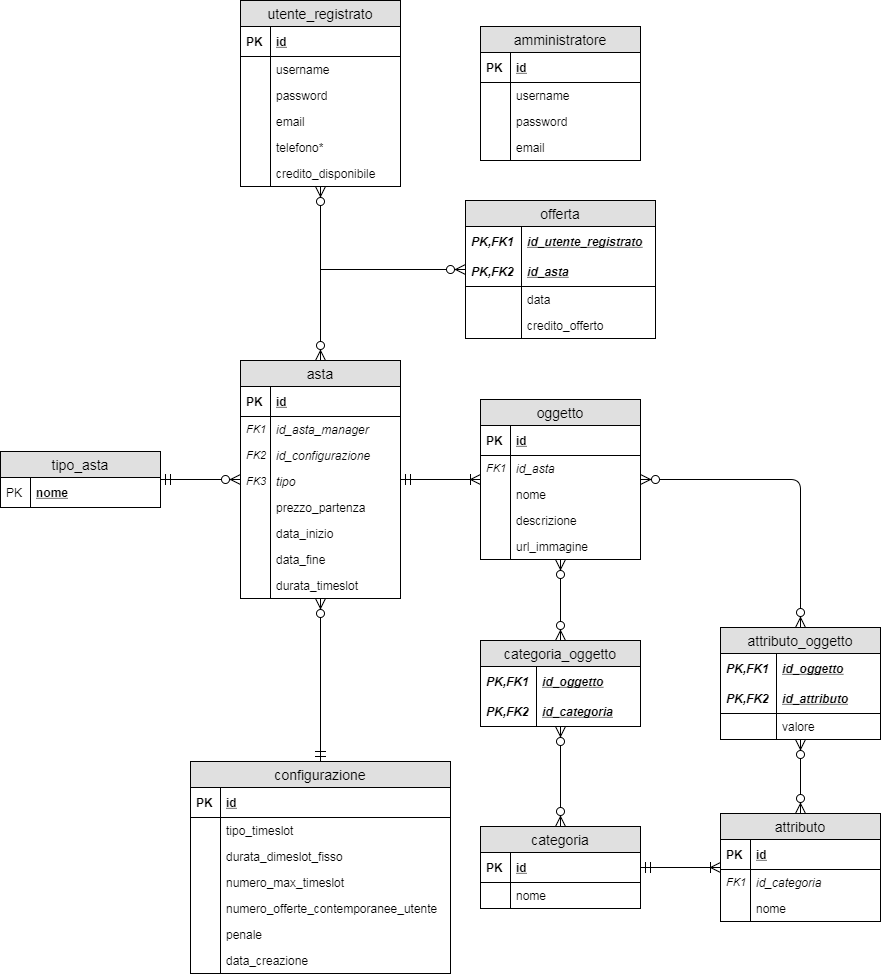
This is Documentazione/Progettazione/Database/Progettazione logica/Relational Model Diagram.png from UnimibSoftEngCourse1920/progetto-aste-2-gruppo-aste-2, a draw.io export, as it was before one commit. Source tidied: cells renumbered, new cells last; positions are measured from the earlier drawing's top-left corner, leaving out a move shared by most shapes.
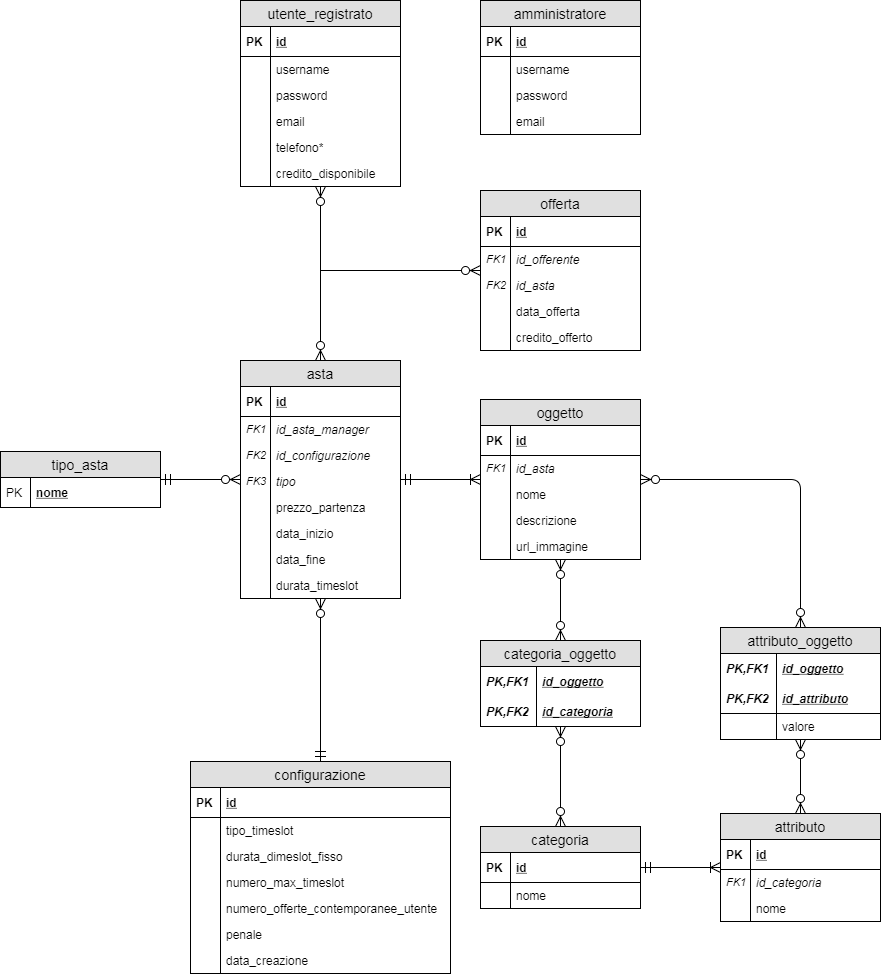
Later version of the same file.

Diff of the diagram source:
```diff
@@ -42,7 +42,7 @@
       <mxGeometry width="30" height="26" as="geometry" />
     </mxCell>
     <mxCell id="15" value="amministratore" style="swimlane;fontStyle=0;horizontal=1;startSize=26;fillColor=#e0e0e0;swimlaneFillColor=#ffffff;align=center;fontSize=14;" parent="1" vertex="1">
-      <mxGeometry x="480" y="26" width="160" height="134" as="geometry" />
+      <mxGeometry x="480" width="160" height="134" as="geometry" />
     </mxCell>
     <mxCell id="16" value="id" style="shape=partialRectangle;top=0;left=0;right=0;bottom=1;align=left;verticalAlign=middle;fillColor=none;spacingLeft=34;spacingRight=4;overflow=hidden;fontStyle=5;fontSize=12;" parent="15" vertex="1">
       <mxGeometry y="26" width="160" height="30" as="geometry" />
@@ -119,33 +119,6 @@
     <mxCell id="40" style="shape=partialRectangle;top=0;left=0;bottom=0;fillColor=none;align=left;verticalAlign=top;spacingLeft=4;spacingRight=4;overflow=hidden;fontSize=12;" parent="39" vertex="1">
       <mxGeometry width="30" height="26" as="geometry" />
     </mxCell>
-    <mxCell id="41" value="offerta" style="swimlane;fontStyle=0;horizontal=1;startSize=26;fillColor=#e0e0e0;swimlaneFillColor=#ffffff;align=center;fontSize=14;" parent="1" vertex="1">
-      <mxGeometry x="465" y="200" width="190" height="138" as="geometry" />
-    </mxCell>
-    <mxCell id="42" value="id_utente_registrato" style="shape=partialRectangle;top=0;left=0;right=0;bottom=0;align=left;verticalAlign=middle;fillColor=none;spacingLeft=60;spacingRight=4;overflow=hidden;fontStyle=7;fontSize=12;" parent="41" vertex="1">
-      <mxGeometry y="26" width="190" height="30" as="geometry" />
-    </mxCell>
-    <mxCell id="43" value="PK,FK1" style="shape=partialRectangle;fontStyle=3;top=0;left=0;bottom=0;fillColor=none;align=left;verticalAlign=middle;spacingLeft=4;spacingRight=4;overflow=hidden;fontSize=12;" parent="42" vertex="1">
-      <mxGeometry width="56" height="30" as="geometry" />
-    </mxCell>
-    <mxCell id="44" value="id_asta" style="shape=partialRectangle;top=0;left=0;right=0;bottom=1;align=left;verticalAlign=middle;fillColor=none;spacingLeft=60;spacingRight=4;overflow=hidden;fontStyle=7;fontSize=12;" parent="41" vertex="1">
-      <mxGeometry y="56" width="190" height="30" as="geometry" />
-    </mxCell>
-    <mxCell id="45" value="PK,FK2" style="shape=partialRectangle;fontStyle=3;top=0;left=0;bottom=0;fillColor=none;align=left;verticalAlign=middle;spacingLeft=4;spacingRight=4;overflow=hidden;fontSize=12;" parent="44" vertex="1">
-      <mxGeometry width="56" height="30" as="geometry" />
-    </mxCell>
-    <mxCell id="46" value="data" style="shape=partialRectangle;top=0;left=0;right=0;bottom=0;align=left;verticalAlign=top;fillColor=none;spacingLeft=60;spacingRight=4;overflow=hidden;fontSize=12;" parent="41" vertex="1">
-      <mxGeometry y="86" width="190" height="26" as="geometry" />
-    </mxCell>
-    <mxCell id="47" style="shape=partialRectangle;top=0;left=0;bottom=0;fillColor=none;align=left;verticalAlign=top;spacingLeft=4;spacingRight=4;overflow=hidden;fontSize=12;" parent="46" vertex="1">
-      <mxGeometry width="56" height="26" as="geometry" />
-    </mxCell>
-    <mxCell id="48" value="credito_offerto" style="shape=partialRectangle;top=0;left=0;right=0;bottom=0;align=left;verticalAlign=top;fillColor=none;spacingLeft=60;spacingRight=4;overflow=hidden;fontSize=12;" parent="41" vertex="1">
-      <mxGeometry y="112" width="190" height="26" as="geometry" />
-    </mxCell>
-    <mxCell id="49" style="shape=partialRectangle;top=0;left=0;bottom=0;fillColor=none;align=left;verticalAlign=top;spacingLeft=4;spacingRight=4;overflow=hidden;fontSize=12;" parent="48" vertex="1">
-      <mxGeometry width="56" height="26" as="geometry" />
-    </mxCell>
     <mxCell id="50" value="configurazione" style="swimlane;fontStyle=0;horizontal=1;startSize=26;fillColor=#e0e0e0;swimlaneFillColor=#ffffff;align=center;fontSize=14;" parent="1" vertex="1">
       <mxGeometry x="190" y="761" width="260" height="212" as="geometry" />
     </mxCell>
@@ -301,7 +274,7 @@
     </mxCell>
     <mxCell id="101" style="edgeStyle=orthogonalEdgeStyle;endArrow=ERzeroToMany;startArrow=none;shadow=0;strokeWidth=1;endSize=8;startSize=8;startFill=0;" parent="1" edge="1" target="41">
       <mxGeometry relative="1" as="geometry">
-        <mxPoint x="320" y="269" as="sourcePoint" />
+        <mxPoint x="320" y="270" as="sourcePoint" />
       </mxGeometry>
     </mxCell>
     <mxCell id="102" style="edgeStyle=orthogonalEdgeStyle;endArrow=ERmandOne;startArrow=ERzeroToMany;shadow=0;strokeWidth=1;endSize=8;startSize=8;startFill=1;endFill=0;" parent="1" edge="1" source="24" target="50">
@@ -337,5 +310,38 @@
     <mxCell id="112" style="edgeStyle=orthogonalEdgeStyle;endArrow=ERzeroToMany;startArrow=ERmandOne;shadow=0;strokeWidth=1;endSize=8;startSize=8;startFill=0;endFill=1;" parent="1" edge="1" source="109" target="24">
       <mxGeometry relative="1" as="geometry" />
     </mxCell>
+    <mxCell id="41" value="offerta" style="swimlane;fontStyle=0;horizontal=1;startSize=26;fillColor=#e0e0e0;swimlaneFillColor=#ffffff;align=center;fontSize=14;" parent="1" vertex="1">
+      <mxGeometry x="480" y="190" width="160" height="160" as="geometry" />
+    </mxCell>
+    <mxCell id="113" value="id" style="shape=partialRectangle;top=0;left=0;right=0;bottom=1;align=left;verticalAlign=middle;fillColor=none;spacingLeft=34;spacingRight=4;overflow=hidden;fontStyle=5;fontSize=12;" parent="41" vertex="1">
+      <mxGeometry y="26" width="160" height="30" as="geometry" />
+    </mxCell>
+    <mxCell id="114" value="PK" style="shape=partialRectangle;top=0;left=0;bottom=0;fillColor=none;align=left;verticalAlign=middle;spacingLeft=4;spacingRight=4;overflow=hidden;fontSize=12;fontStyle=1;" parent="113" vertex="1">
+      <mxGeometry width="30" height="30" as="geometry" />
+    </mxCell>
+    <mxCell id="115" value="id_offerente" style="shape=partialRectangle;top=0;left=0;right=0;bottom=0;align=left;verticalAlign=top;fillColor=none;spacingLeft=34;spacingRight=4;overflow=hidden;fontSize=12;fontStyle=2;" parent="41" vertex="1">
+      <mxGeometry y="56" width="160" height="26" as="geometry" />
+    </mxCell>
+    <mxCell id="116" value="FK1" style="shape=partialRectangle;top=0;left=0;bottom=0;fillColor=none;align=left;verticalAlign=top;spacingLeft=4;spacingRight=4;overflow=hidden;fontSize=11;fontStyle=2;" parent="115" vertex="1">
+      <mxGeometry width="30" height="26" as="geometry" />
+    </mxCell>
+    <mxCell id="44" value="id_asta" style="shape=partialRectangle;top=0;left=0;right=0;bottom=0;align=left;verticalAlign=top;fillColor=none;spacingLeft=34;spacingRight=4;overflow=hidden;fontSize=12;fontStyle=2;" parent="41" vertex="1">
+      <mxGeometry y="82" width="160" height="26" as="geometry" />
+    </mxCell>
+    <mxCell id="117" value="FK2" style="shape=partialRectangle;top=0;left=0;bottom=0;fillColor=none;align=left;verticalAlign=top;spacingLeft=4;spacingRight=4;overflow=hidden;fontSize=11;fontStyle=2;" parent="44" vertex="1">
+      <mxGeometry width="30" height="26" as="geometry" />
+    </mxCell>
+    <mxCell id="118" value="data_offerta" style="shape=partialRectangle;top=0;left=0;right=0;bottom=0;align=left;verticalAlign=top;fillColor=none;spacingLeft=34;spacingRight=4;overflow=hidden;fontSize=12;" parent="41" vertex="1">
+      <mxGeometry y="108" width="160" height="26" as="geometry" />
+    </mxCell>
+    <mxCell id="119" style="shape=partialRectangle;top=0;left=0;bottom=0;fillColor=none;align=left;verticalAlign=top;spacingLeft=4;spacingRight=4;overflow=hidden;fontSize=12;" parent="118" vertex="1">
+      <mxGeometry width="30" height="26" as="geometry" />
+    </mxCell>
+    <mxCell id="48" value="credito_offerto" style="shape=partialRectangle;top=0;left=0;right=0;bottom=0;align=left;verticalAlign=top;fillColor=none;spacingLeft=34;spacingRight=4;overflow=hidden;fontSize=12;" parent="41" vertex="1">
+      <mxGeometry y="134" width="160" height="26" as="geometry" />
+    </mxCell>
+    <mxCell id="120" style="shape=partialRectangle;top=0;left=0;bottom=0;fillColor=none;align=left;verticalAlign=top;spacingLeft=4;spacingRight=4;overflow=hidden;fontSize=12;" parent="48" vertex="1">
+      <mxGeometry width="30" height="26" as="geometry" />
+    </mxCell>
   </root>
 </mxGraphModel>
```
